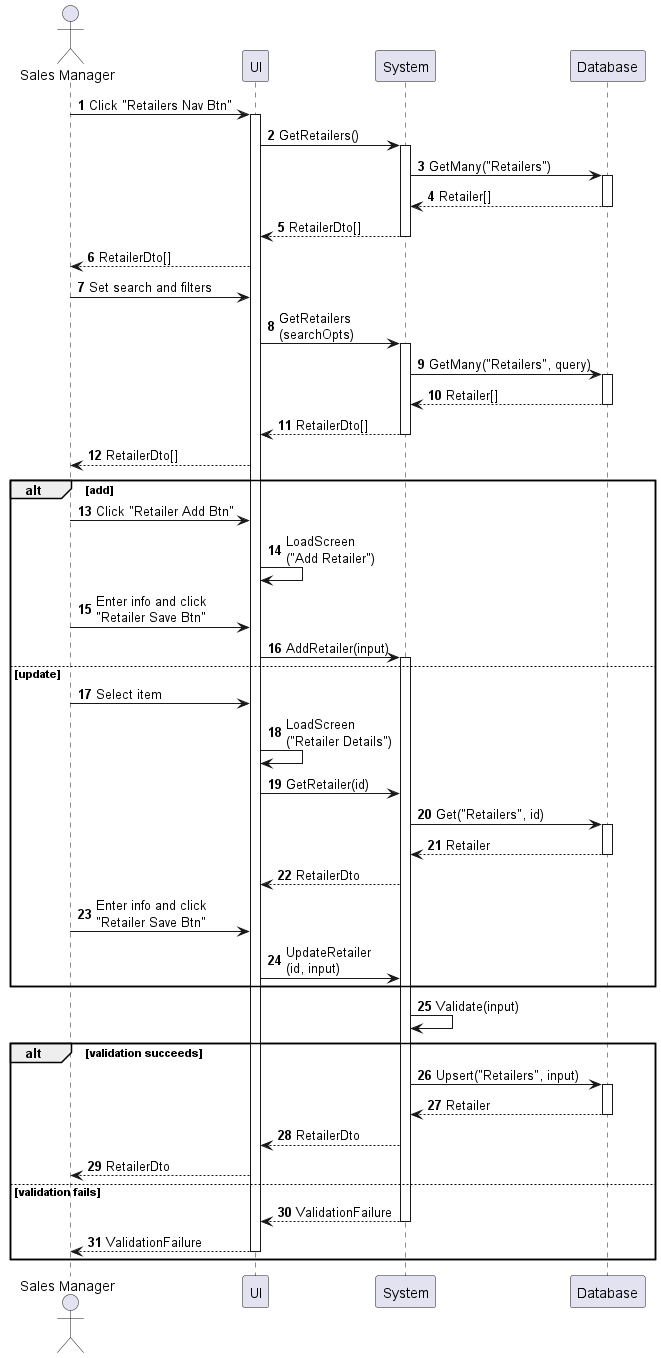
Earlier version of the PlantUML export sequences/retailer-enter.png (phihungha/scmss-reqs).
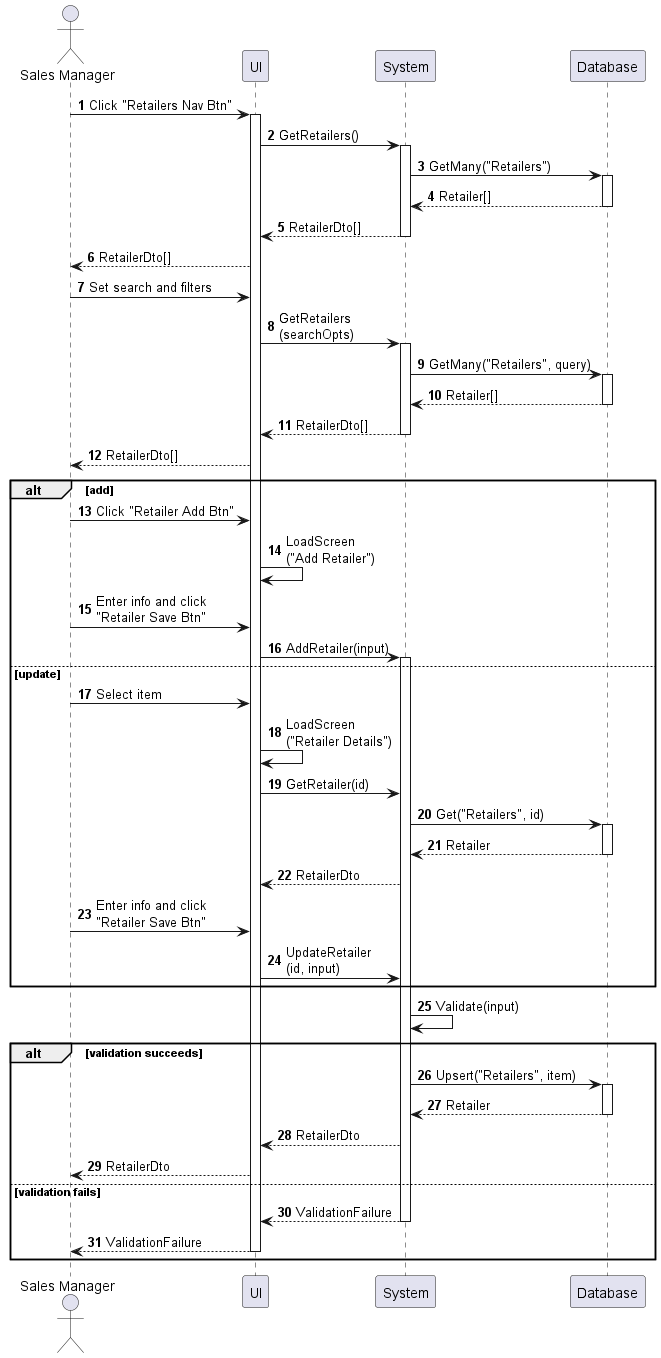
After the commit.

Change to the diagram source:
```diff
@@ -45,7 +45,7 @@
 b -> b : Validate(input)
 
 alt validation succeeds
-    b -> d : Upsert("Retailers", input)
+    b -> d : Upsert("Retailers", item)
     activate d
     return Retailer
     b --> f : RetailerDto
```
